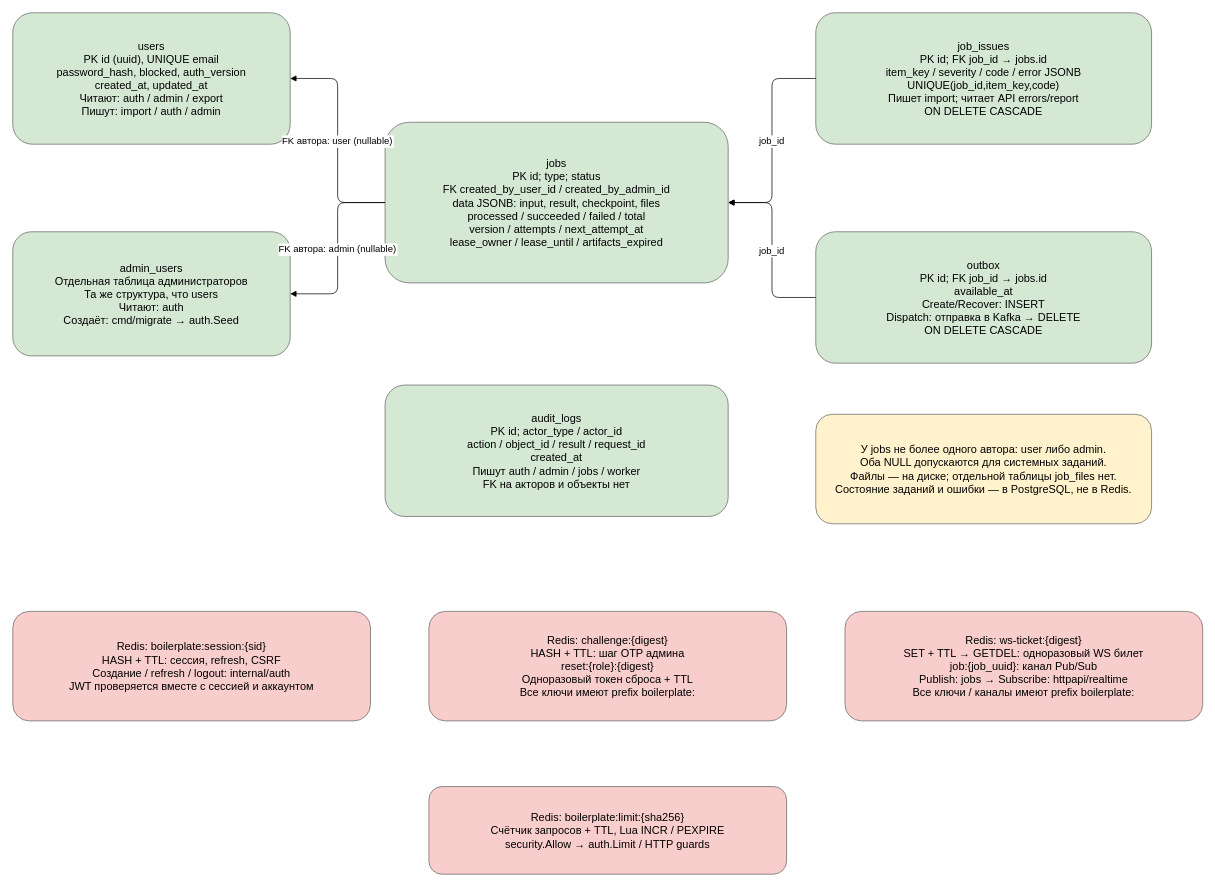
baibakovkir/go-boilerplate keeps this draw.io diagram as page "3. Таблицы PostgreSQL и Redis" (3 of 3) of docs/processes.drawio. Above is the earlier version. Source tidied: cells renumbered, new cells numbered last; positions are measured from the earlier drawing's top-left corner, leaving out a move shared by most shapes. Both pictures are drawn from the tidied source at 73%, with x=0, y=0 at pixel (12, 12).
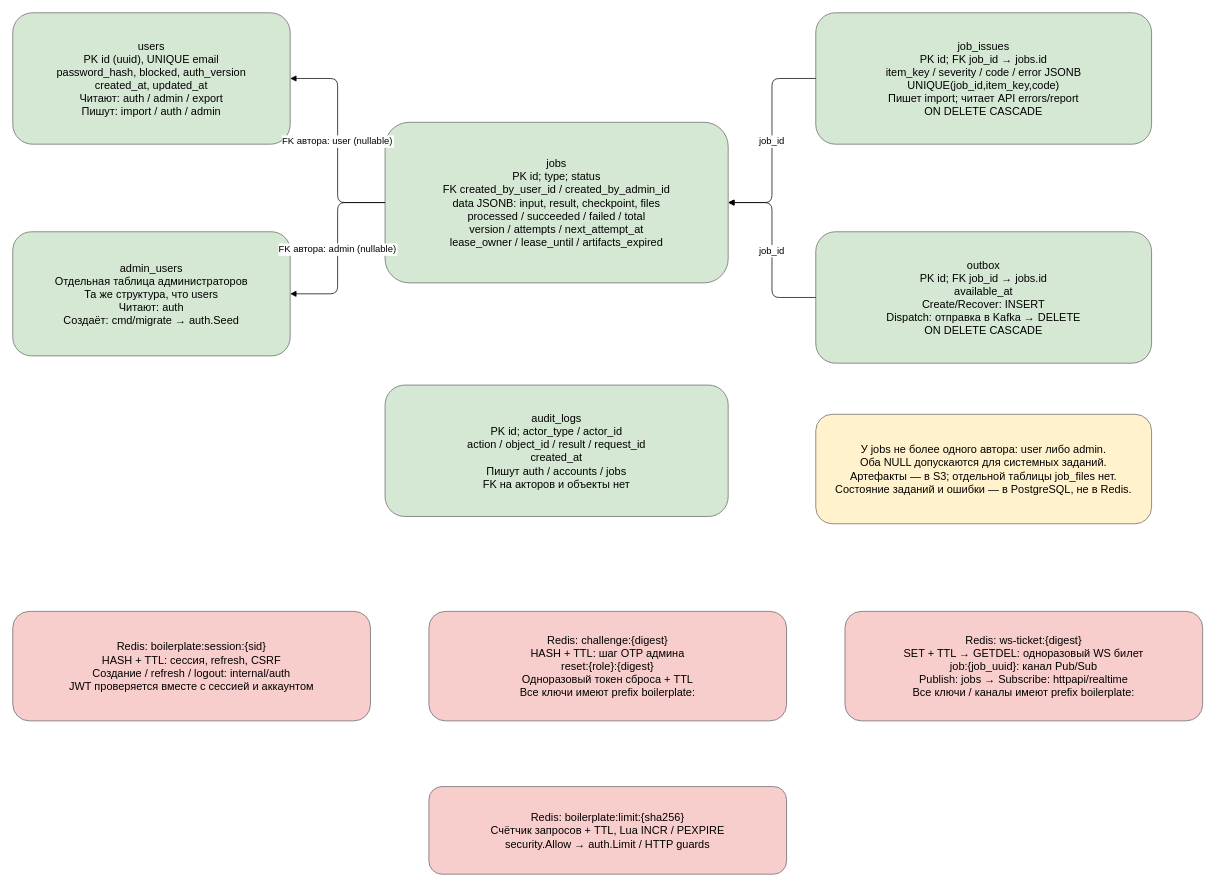
Above is the later version.

Change to the diagram source:
```diff
@@
 <mxGraphModel>
   <root>
     <mxCell id="0" />
     <mxCell id="1" parent="0" />
     <mxCell id="2" value="users&#10;PK id (uuid), UNIQUE email&#10;password_hash, blocked, auth_version&#10;created_at, updated_at&#10;Читают: auth / admin / export&#10;Пишут: import / auth / admin" style="rounded=1;whiteSpace=wrap;html=0;fillColor=#d5e8d4;strokeColor=#666666;fontSize=15;spacing=12;" parent="1" vertex="1">
       <mxGeometry width="380" height="180" as="geometry" />
     </mxCell>
     <mxCell id="3" value="admin_users&#10;Отдельная таблица администраторов&#10;Та же структура, что users&#10;Читают: auth&#10;Создаёт: cmd/migrate → auth.Seed" style="rounded=1;whiteSpace=wrap;html=0;fillColor=#d5e8d4;strokeColor=#666666;fontSize=15;spacing=12;" parent="1" vertex="1">
       <mxGeometry y="300" width="380" height="170" as="geometry" />
     </mxCell>
     <mxCell id="4" value="jobs&#10;PK id; type; status&#10;FK created_by_user_id / created_by_admin_id&#10;data JSONB: input, result, checkpoint, files&#10;processed / succeeded / failed / total&#10;version / attempts / next_attempt_at&#10;lease_owner / lease_until / artifacts_expired" style="rounded=1;whiteSpace=wrap;html=0;fillColor=#d5e8d4;strokeColor=#666666;fontSize=15;spacing=12;" parent="1" vertex="1">
       <mxGeometry x="510" y="150" width="470" height="220" as="geometry" />
     </mxCell>
     <mxCell id="5" value="job_issues&#10;PK id; FK job_id → jobs.id&#10;item_key / severity / code / error JSONB&#10;UNIQUE(job_id,item_key,code)&#10;Пишет import; читает API errors/report&#10;ON DELETE CASCADE" style="rounded=1;whiteSpace=wrap;html=0;fillColor=#d5e8d4;strokeColor=#666666;fontSize=15;spacing=12;" parent="1" vertex="1">
       <mxGeometry x="1100" width="460" height="180" as="geometry" />
     </mxCell>
     <mxCell id="6" value="outbox&#10;PK id; FK job_id → jobs.id&#10;available_at&#10;Create/Recover: INSERT&#10;Dispatch: отправка в Kafka → DELETE&#10;ON DELETE CASCADE" style="rounded=1;whiteSpace=wrap;html=0;fillColor=#d5e8d4;strokeColor=#666666;fontSize=15;spacing=12;" parent="1" vertex="1">
       <mxGeometry x="1100" y="300" width="460" height="180" as="geometry" />
     </mxCell>
-    <mxCell id="7" value="audit_logs&#10;PK id; actor_type / actor_id&#10;action / object_id / result / request_id&#10;created_at&#10;Пишут auth / admin / jobs / worker&#10;FK на акторов и объекты нет" style="rounded=1;whiteSpace=wrap;html=0;fillColor=#d5e8d4;strokeColor=#666666;fontSize=15;spacing=12;" parent="1" vertex="1">
+    <mxCell id="7" value="audit_logs&#10;PK id; actor_type / actor_id&#10;action / object_id / result / request_id&#10;created_at&#10;Пишут auth / accounts / jobs&#10;FK на акторов и объекты нет" style="rounded=1;whiteSpace=wrap;html=0;fillColor=#d5e8d4;strokeColor=#666666;fontSize=15;spacing=12;" parent="1" vertex="1">
       <mxGeometry x="510" y="510" width="470" height="180" as="geometry" />
     </mxCell>
     <mxCell id="8" value="Redis: boilerplate:session:{sid}&#10;HASH + TTL: сессия, refresh, CSRF&#10;Создание / refresh / logout: internal/auth&#10;JWT проверяется вместе с сессией и аккаунтом" style="rounded=1;whiteSpace=wrap;html=0;fillColor=#f8cecc;strokeColor=#666666;fontSize=15;spacing=12;" parent="1" vertex="1">
       <mxGeometry y="820" width="490" height="150" as="geometry" />
     </mxCell>
     <mxCell id="9" value="Redis: challenge:{digest}&#10;HASH + TTL: шаг OTP админа&#10;reset:{role}:{digest}&#10;Одноразовый токен сброса + TTL&#10;Все ключи имеют prefix boilerplate:" style="rounded=1;whiteSpace=wrap;html=0;fillColor=#f8cecc;strokeColor=#666666;fontSize=15;spacing=12;" parent="1" vertex="1">
       <mxGeometry x="570" y="820" width="490" height="150" as="geometry" />
     </mxCell>
     <mxCell id="10" value="Redis: ws-ticket:{digest}&#10;SET + TTL → GETDEL: одноразовый WS билет&#10;job:{job_uuid}: канал Pub/Sub&#10;Publish: jobs → Subscribe: httpapi/realtime&#10;Все ключи / каналы имеют prefix boilerplate:" style="rounded=1;whiteSpace=wrap;html=0;fillColor=#f8cecc;strokeColor=#666666;fontSize=15;spacing=12;" parent="1" vertex="1">
       <mxGeometry x="1140" y="820" width="490" height="150" as="geometry" />
     </mxCell>
     <mxCell id="11" value="Redis: boilerplate:limit:{sha256}&#10;Счётчик запросов + TTL, Lua INCR / PEXPIRE&#10;security.Allow → auth.Limit / HTTP guards" style="rounded=1;whiteSpace=wrap;html=0;fillColor=#f8cecc;strokeColor=#666666;fontSize=15;spacing=12;" parent="1" vertex="1">
       <mxGeometry x="570" y="1060" width="490" height="120" as="geometry" />
     </mxCell>
     <mxCell id="12" value="FK автора: user (nullable)" style="edgeStyle=orthogonalEdgeStyle;rounded=1;html=0;endArrow=block;fontSize=13;labelBackgroundColor=#ffffff;" parent="1" edge="1" source="4" target="2">
       <mxGeometry relative="1" as="geometry" />
     </mxCell>
     <mxCell id="13" value="FK автора: admin (nullable)" style="edgeStyle=orthogonalEdgeStyle;rounded=1;html=0;endArrow=block;fontSize=13;labelBackgroundColor=#ffffff;" parent="1" edge="1" source="4" target="3">
       <mxGeometry relative="1" as="geometry" />
     </mxCell>
     <mxCell id="14" value="job_id" style="edgeStyle=orthogonalEdgeStyle;rounded=1;html=0;endArrow=block;fontSize=13;labelBackgroundColor=#ffffff;" parent="1" edge="1" source="5" target="4">
       <mxGeometry relative="1" as="geometry" />
     </mxCell>
     <mxCell id="15" value="job_id" style="edgeStyle=orthogonalEdgeStyle;rounded=1;html=0;endArrow=block;fontSize=13;labelBackgroundColor=#ffffff;" parent="1" edge="1" source="6" target="4">
       <mxGeometry relative="1" as="geometry" />
     </mxCell>
-    <mxCell id="16" value="У jobs не более одного автора: user либо admin.&#10;Оба NULL допускаются для системных заданий.&#10;Файлы — на диске; отдельной таблицы job_files нет.&#10;Состояние заданий и ошибки — в PostgreSQL, не в Redis." style="rounded=1;whiteSpace=wrap;html=0;fillColor=#fff2cc;strokeColor=#666666;fontSize=15;spacing=12;" parent="1" vertex="1">
+    <mxCell id="16" value="У jobs не более одного автора: user либо admin.&#10;Оба NULL допускаются для системных заданий.&#10;Артефакты — в S3; отдельной таблицы job_files нет.&#10;Состояние заданий и ошибки — в PostgreSQL, не в Redis." style="rounded=1;whiteSpace=wrap;html=0;fillColor=#fff2cc;strokeColor=#666666;fontSize=15;spacing=12;" parent="1" vertex="1">
       <mxGeometry x="1100" y="550" width="460" height="150" as="geometry" />
     </mxCell>
   </root>
 </mxGraphModel>
```
